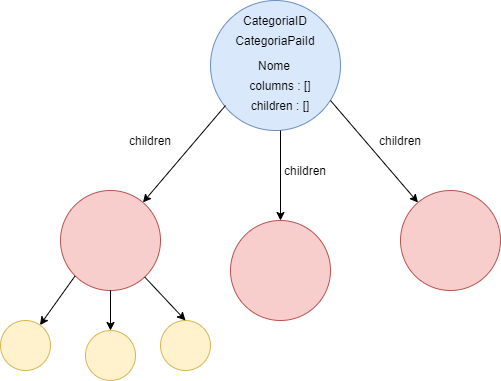
Before: imagesRelatorio/arvore.png, a diagram exported from draw.io (DuarteFelicio/DataAnnotation). Source tidied: cells renumbered, new cells last; positions are measured from the earlier drawing's top-left corner, leaving out a move shared by most shapes. Its diagram source:
```xml
<mxGraphModel>
  <root>
    <mxCell id="0" />
    <mxCell id="1" parent="0" />
    <mxCell id="2" style="ellipse;whiteSpace=wrap;html=1;labelBackgroundColor=#FF9175;fillColor=#dae8fc;strokeColor=#6c8ebf;" parent="1" vertex="1">
      <mxGeometry x="210" width="130" height="130" as="geometry" />
    </mxCell>
    <mxCell id="3" value="CategoriaID" style="text;html=1;strokeColor=none;fillColor=none;align=center;verticalAlign=middle;whiteSpace=wrap;rounded=0;" parent="1" vertex="1">
      <mxGeometry x="225" y="10" width="100" height="20" as="geometry" />
    </mxCell>
    <mxCell id="4" value="CategoriaPaiId" style="text;html=1;strokeColor=none;fillColor=none;align=center;verticalAlign=middle;whiteSpace=wrap;rounded=0;" parent="1" vertex="1">
      <mxGeometry x="225" y="30" width="100" height="20" as="geometry" />
    </mxCell>
    <mxCell id="5" value="Nome" style="text;html=1;strokeColor=none;fillColor=none;align=center;verticalAlign=middle;whiteSpace=wrap;rounded=0;" parent="1" vertex="1">
      <mxGeometry x="254" y="55" width="40" height="20" as="geometry" />
    </mxCell>
    <mxCell id="6" value="columns : []" style="text;html=1;strokeColor=none;fillColor=none;align=center;verticalAlign=middle;whiteSpace=wrap;rounded=0;" parent="1" vertex="1">
      <mxGeometry x="235" y="75" width="90" height="20" as="geometry" />
    </mxCell>
    <mxCell id="7" style="endArrow=classic;html=1;exitX=0;exitY=0.5;exitDx=0;exitDy=0;" parent="1" edge="1" source="10" target="8">
      <mxGeometry relative="1" as="geometry" />
    </mxCell>
    <mxCell id="8" style="ellipse;whiteSpace=wrap;html=1;fillColor=#f8cecc;strokeColor=#b85450;" parent="1" vertex="1">
      <mxGeometry x="60" y="190" width="100" height="100" as="geometry" />
    </mxCell>
    <mxCell id="9" value="children" style="text;html=1;strokeColor=none;fillColor=none;align=center;verticalAlign=middle;whiteSpace=wrap;rounded=0;" parent="1" vertex="1">
      <mxGeometry x="120" y="130" width="60" height="20" as="geometry" />
    </mxCell>
    <mxCell id="10" value="children : []" style="text;html=1;strokeColor=none;fillColor=none;align=center;verticalAlign=middle;whiteSpace=wrap;rounded=0;" parent="1" vertex="1">
      <mxGeometry x="225" y="95" width="110" height="20" as="geometry" />
    </mxCell>
    <mxCell id="11" style="ellipse;whiteSpace=wrap;html=1;fillColor=#f8cecc;strokeColor=#b85450;" parent="1" vertex="1">
      <mxGeometry x="230" y="220" width="100" height="100" as="geometry" />
    </mxCell>
    <mxCell id="12" style="endArrow=classic;html=1;entryX=0.5;entryY=0;entryDx=0;entryDy=0;" parent="1" edge="1" target="11">
      <mxGeometry relative="1" as="geometry">
        <mxPoint x="280" y="130" as="sourcePoint" />
      </mxGeometry>
    </mxCell>
    <mxCell id="13" value="children" style="text;html=1;strokeColor=none;fillColor=none;align=center;verticalAlign=middle;whiteSpace=wrap;rounded=0;" parent="1" vertex="1">
      <mxGeometry x="275" y="160" width="60" height="20" as="geometry" />
    </mxCell>
    <mxCell id="14" style="ellipse;whiteSpace=wrap;html=1;fillColor=#f8cecc;strokeColor=#b85450;" parent="1" vertex="1">
      <mxGeometry x="400" y="190" width="100" height="100" as="geometry" />
    </mxCell>
    <mxCell id="15" style="endArrow=classic;html=1;" parent="1" edge="1" target="14">
      <mxGeometry relative="1" as="geometry">
        <mxPoint x="330" y="100" as="sourcePoint" />
      </mxGeometry>
    </mxCell>
    <mxCell id="16" value="children" style="text;html=1;strokeColor=none;fillColor=none;align=center;verticalAlign=middle;whiteSpace=wrap;rounded=0;" parent="1" vertex="1">
      <mxGeometry x="370" y="130" width="60" height="20" as="geometry" />
    </mxCell>
    <mxCell id="17" style="endArrow=classic;html=1;exitX=0;exitY=1;exitDx=0;exitDy=0;" parent="1" edge="1" source="8" target="18">
      <mxGeometry relative="1" as="geometry" />
    </mxCell>
    <mxCell id="18" style="ellipse;whiteSpace=wrap;html=1;fillColor=#fff2cc;strokeColor=#d6b656;" parent="1" vertex="1">
      <mxGeometry y="320" width="50" height="50" as="geometry" />
    </mxCell>
    <mxCell id="19" style="ellipse;whiteSpace=wrap;html=1;fillColor=#fff2cc;strokeColor=#d6b656;" parent="1" vertex="1">
      <mxGeometry x="85" y="330" width="50" height="50" as="geometry" />
    </mxCell>
    <mxCell id="20" style="ellipse;whiteSpace=wrap;html=1;fillColor=#fff2cc;strokeColor=#d6b656;" parent="1" vertex="1">
      <mxGeometry x="160" y="320" width="50" height="50" as="geometry" />
    </mxCell>
    <mxCell id="21" style="endArrow=classic;html=1;exitX=0.5;exitY=1;exitDx=0;exitDy=0;entryX=0.5;entryY=0;entryDx=0;entryDy=0;" parent="1" edge="1" source="8" target="19">
      <mxGeometry relative="1" as="geometry" />
    </mxCell>
    <mxCell id="22" style="endArrow=classic;html=1;entryX=0.5;entryY=0;entryDx=0;entryDy=0;" parent="1" edge="1" source="8" target="20">
      <mxGeometry relative="1" as="geometry" />
    </mxCell>
  </root>
</mxGraphModel>
```
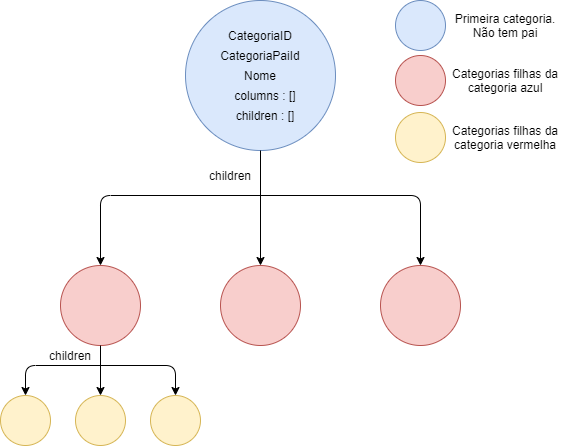
Later version of the same file.

Diff of the diagram source:
```diff
@@ -2,72 +2,103 @@
   <root>
     <mxCell id="0" />
     <mxCell id="1" parent="0" />
-    <mxCell id="2" style="ellipse;whiteSpace=wrap;html=1;labelBackgroundColor=#FF9175;fillColor=#dae8fc;strokeColor=#6c8ebf;" parent="1" vertex="1">
-      <mxGeometry x="210" width="130" height="130" as="geometry" />
+    <mxCell id="2" style="ellipse;whiteSpace=wrap;html=1;fillColor=#dae8fc;strokeColor=#6c8ebf;" parent="1" vertex="1">
+      <mxGeometry x="205" y="45" width="150" height="150" as="geometry" />
     </mxCell>
     <mxCell id="3" value="CategoriaID" style="text;html=1;strokeColor=none;fillColor=none;align=center;verticalAlign=middle;whiteSpace=wrap;rounded=0;" parent="1" vertex="1">
-      <mxGeometry x="225" y="10" width="100" height="20" as="geometry" />
+      <mxGeometry x="230" y="70" width="100" height="20" as="geometry" />
     </mxCell>
     <mxCell id="4" value="CategoriaPaiId" style="text;html=1;strokeColor=none;fillColor=none;align=center;verticalAlign=middle;whiteSpace=wrap;rounded=0;" parent="1" vertex="1">
-      <mxGeometry x="225" y="30" width="100" height="20" as="geometry" />
+      <mxGeometry x="230" y="90" width="100" height="20" as="geometry" />
     </mxCell>
     <mxCell id="5" value="Nome" style="text;html=1;strokeColor=none;fillColor=none;align=center;verticalAlign=middle;whiteSpace=wrap;rounded=0;" parent="1" vertex="1">
-      <mxGeometry x="254" y="55" width="40" height="20" as="geometry" />
+      <mxGeometry x="260" y="110" width="40" height="20" as="geometry" />
     </mxCell>
     <mxCell id="6" value="columns : []" style="text;html=1;strokeColor=none;fillColor=none;align=center;verticalAlign=middle;whiteSpace=wrap;rounded=0;" parent="1" vertex="1">
-      <mxGeometry x="235" y="75" width="90" height="20" as="geometry" />
+      <mxGeometry x="240" y="130" width="90" height="20" as="geometry" />
     </mxCell>
-    <mxCell id="7" style="endArrow=classic;html=1;exitX=0;exitY=0.5;exitDx=0;exitDy=0;" parent="1" edge="1" source="10" target="8">
-      <mxGeometry relative="1" as="geometry" />
+    <mxCell id="7" style="endArrow=classic;html=1;" parent="1" edge="1" target="8">
+      <mxGeometry relative="1" as="geometry">
+        <mxPoint x="255" y="240" as="sourcePoint" />
+        <Array as="points">
+          <mxPoint x="120" y="240" />
+        </Array>
+      </mxGeometry>
     </mxCell>
     <mxCell id="8" style="ellipse;whiteSpace=wrap;html=1;fillColor=#f8cecc;strokeColor=#b85450;" parent="1" vertex="1">
-      <mxGeometry x="60" y="190" width="100" height="100" as="geometry" />
+      <mxGeometry x="80" y="310" width="80" height="80" as="geometry" />
     </mxCell>
     <mxCell id="9" value="children" style="text;html=1;strokeColor=none;fillColor=none;align=center;verticalAlign=middle;whiteSpace=wrap;rounded=0;" parent="1" vertex="1">
-      <mxGeometry x="120" y="130" width="60" height="20" as="geometry" />
+      <mxGeometry x="220" y="210" width="60" height="20" as="geometry" />
     </mxCell>
     <mxCell id="10" value="children : []" style="text;html=1;strokeColor=none;fillColor=none;align=center;verticalAlign=middle;whiteSpace=wrap;rounded=0;" parent="1" vertex="1">
-      <mxGeometry x="225" y="95" width="110" height="20" as="geometry" />
+      <mxGeometry x="230" y="150" width="110" height="20" as="geometry" />
     </mxCell>
     <mxCell id="11" style="ellipse;whiteSpace=wrap;html=1;fillColor=#f8cecc;strokeColor=#b85450;" parent="1" vertex="1">
-      <mxGeometry x="230" y="220" width="100" height="100" as="geometry" />
+      <mxGeometry x="240" y="310" width="80" height="80" as="geometry" />
     </mxCell>
-    <mxCell id="12" style="endArrow=classic;html=1;entryX=0.5;entryY=0;entryDx=0;entryDy=0;" parent="1" edge="1" target="11">
-      <mxGeometry relative="1" as="geometry">
-        <mxPoint x="280" y="130" as="sourcePoint" />
-      </mxGeometry>
+    <mxCell id="12" style="endArrow=classic;html=1;entryX=0.5;entryY=0;entryDx=0;entryDy=0;" parent="1" edge="1" source="2" target="11">
+      <mxGeometry relative="1" as="geometry" />
     </mxCell>
-    <mxCell id="13" value="children" style="text;html=1;strokeColor=none;fillColor=none;align=center;verticalAlign=middle;whiteSpace=wrap;rounded=0;" parent="1" vertex="1">
-      <mxGeometry x="275" y="160" width="60" height="20" as="geometry" />
-    </mxCell>
     <mxCell id="14" style="ellipse;whiteSpace=wrap;html=1;fillColor=#f8cecc;strokeColor=#b85450;" parent="1" vertex="1">
-      <mxGeometry x="400" y="190" width="100" height="100" as="geometry" />
+      <mxGeometry x="400" y="310" width="80" height="80" as="geometry" />
     </mxCell>
-    <mxCell id="15" style="endArrow=classic;html=1;" parent="1" edge="1" target="14">
+    <mxCell id="15" style="endArrow=classic;html=1;entryX=0.5;entryY=0;entryDx=0;entryDy=0;" parent="1" edge="1" target="14">
       <mxGeometry relative="1" as="geometry">
-        <mxPoint x="330" y="100" as="sourcePoint" />
+        <mxPoint x="250" y="240" as="sourcePoint" />
+        <Array as="points">
+          <mxPoint x="440" y="240" />
+        </Array>
       </mxGeometry>
     </mxCell>
-    <mxCell id="16" value="children" style="text;html=1;strokeColor=none;fillColor=none;align=center;verticalAlign=middle;whiteSpace=wrap;rounded=0;" parent="1" vertex="1">
-      <mxGeometry x="370" y="130" width="60" height="20" as="geometry" />
-    </mxCell>
-    <mxCell id="17" style="endArrow=classic;html=1;exitX=0;exitY=1;exitDx=0;exitDy=0;" parent="1" edge="1" source="8" target="18">
-      <mxGeometry relative="1" as="geometry" />
+    <mxCell id="17" style="endArrow=classic;html=1;entryX=0.5;entryY=0;entryDx=0;entryDy=0;" parent="1" edge="1" target="18">
+      <mxGeometry relative="1" as="geometry">
+        <mxPoint x="120" y="410" as="sourcePoint" />
+        <Array as="points">
+          <mxPoint x="45" y="410" />
+        </Array>
+      </mxGeometry>
     </mxCell>
     <mxCell id="18" style="ellipse;whiteSpace=wrap;html=1;fillColor=#fff2cc;strokeColor=#d6b656;" parent="1" vertex="1">
-      <mxGeometry y="320" width="50" height="50" as="geometry" />
+      <mxGeometry x="20" y="440" width="50" height="50" as="geometry" />
     </mxCell>
     <mxCell id="19" style="ellipse;whiteSpace=wrap;html=1;fillColor=#fff2cc;strokeColor=#d6b656;" parent="1" vertex="1">
-      <mxGeometry x="85" y="330" width="50" height="50" as="geometry" />
+      <mxGeometry x="95" y="440" width="50" height="50" as="geometry" />
     </mxCell>
     <mxCell id="20" style="ellipse;whiteSpace=wrap;html=1;fillColor=#fff2cc;strokeColor=#d6b656;" parent="1" vertex="1">
-      <mxGeometry x="160" y="320" width="50" height="50" as="geometry" />
+      <mxGeometry x="170" y="440" width="50" height="50" as="geometry" />
     </mxCell>
     <mxCell id="21" style="endArrow=classic;html=1;exitX=0.5;exitY=1;exitDx=0;exitDy=0;entryX=0.5;entryY=0;entryDx=0;entryDy=0;" parent="1" edge="1" source="8" target="19">
       <mxGeometry relative="1" as="geometry" />
     </mxCell>
-    <mxCell id="22" style="endArrow=classic;html=1;entryX=0.5;entryY=0;entryDx=0;entryDy=0;" parent="1" edge="1" source="8" target="20">
-      <mxGeometry relative="1" as="geometry" />
+    <mxCell id="22" style="endArrow=classic;html=1;entryX=0.5;entryY=0;entryDx=0;entryDy=0;" parent="1" edge="1" target="20">
+      <mxGeometry relative="1" as="geometry">
+        <mxPoint x="120" y="410" as="sourcePoint" />
+        <Array as="points">
+          <mxPoint x="195" y="410" />
+        </Array>
+      </mxGeometry>
     </mxCell>
+    <mxCell id="23" value="children" style="text;html=1;strokeColor=none;fillColor=none;align=center;verticalAlign=middle;whiteSpace=wrap;rounded=0;" parent="1" vertex="1">
+      <mxGeometry x="60" y="390" width="60" height="20" as="geometry" />
+    </mxCell>
+    <mxCell id="24" style="ellipse;whiteSpace=wrap;html=1;fillColor=#dae8fc;strokeColor=#6c8ebf;" parent="1" vertex="1">
+      <mxGeometry x="415" y="45" width="50" height="50" as="geometry" />
+    </mxCell>
+    <mxCell id="25" value="Primeira categoria. Não tem pai" style="text;html=1;strokeColor=none;fillColor=none;align=center;verticalAlign=middle;whiteSpace=wrap;rounded=0;" parent="1" vertex="1">
+      <mxGeometry x="470" y="60" width="110" height="20" as="geometry" />
+    </mxCell>
+    <mxCell id="26" style="ellipse;whiteSpace=wrap;html=1;fillColor=#f8cecc;strokeColor=#b85450;" parent="1" vertex="1">
+      <mxGeometry x="415" y="100" width="50" height="50" as="geometry" />
+    </mxCell>
+    <mxCell id="27" value="Categorias filhas da categoria azul" style="text;html=1;strokeColor=none;fillColor=none;align=center;verticalAlign=middle;whiteSpace=wrap;rounded=0;" parent="1" vertex="1">
+      <mxGeometry x="470" y="115" width="110" height="20" as="geometry" />
+    </mxCell>
+    <mxCell id="28" style="ellipse;whiteSpace=wrap;html=1;fillColor=#fff2cc;strokeColor=#d6b656;" parent="1" vertex="1">
+      <mxGeometry x="415" y="157" width="50" height="50" as="geometry" />
+    </mxCell>
+    <mxCell id="29" value="Categorias filhas da categoria vermelha" style="text;html=1;strokeColor=none;fillColor=none;align=center;verticalAlign=middle;whiteSpace=wrap;rounded=0;" parent="1" vertex="1">
+      <mxGeometry x="470" y="172" width="110" height="20" as="geometry" />
+    </mxCell>
   </root>
 </mxGraphModel>
```
